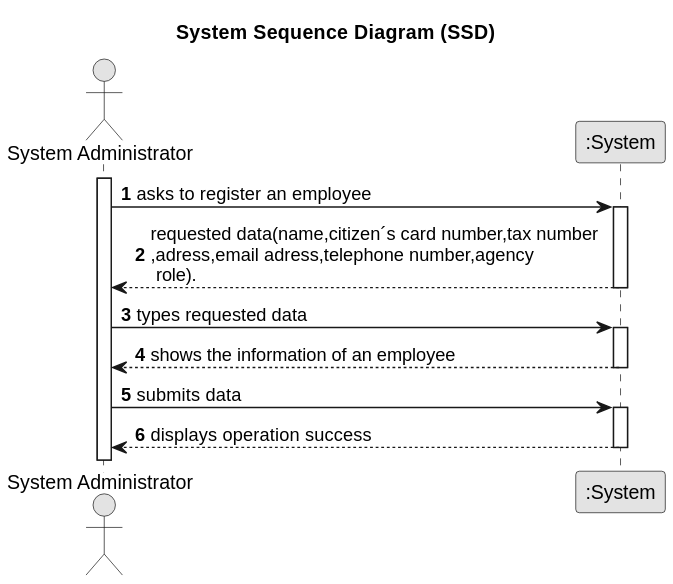
This is docs/sprintA/US03/01.requirements-engineering/svg/us03-system-sequence-diagram.svg from PureNimble/ISEP-LAPR2, a PlantUML export, as it was before one commit.
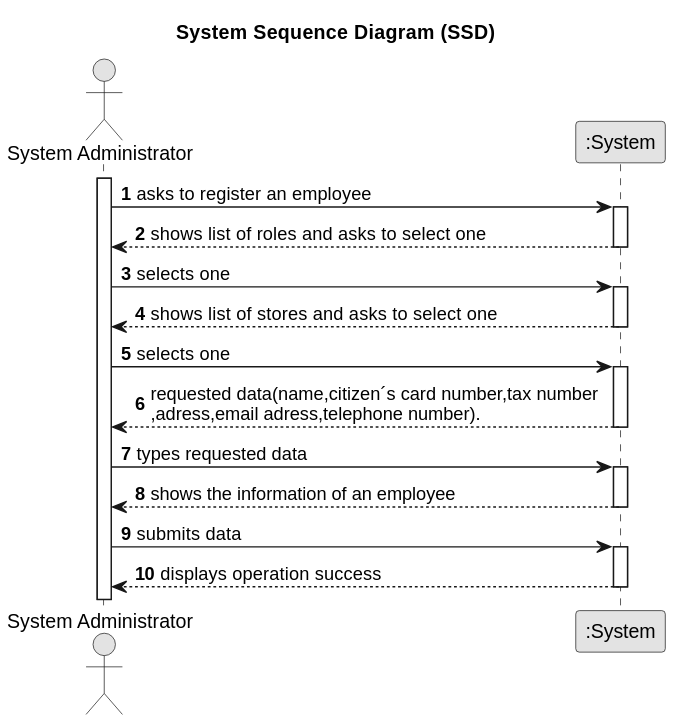
The same file after the commit.

Commit message:
US03-Updating SSD accordingly the feedback

Diff of the diagram source:
```diff
@@ -15,7 +15,19 @@
     Admin -> System : asks to register an employee
     activate System
 
-   System --> Admin :  requested data(name,citizen´s card number,tax number \n,adress,email adress,telephone number,agency\n role).
+    System --> Admin : shows list of roles and asks to select one
+    deactivate System
+
+        Admin -> System : selects one
+        activate System
+
+         System --> Admin : shows list of stores and asks to select one
+            deactivate System
+
+                Admin -> System : selects one
+                activate System
+
+   System --> Admin :  requested data(name,citizen´s card number,tax number \n,adress,email adress,telephone number).
      deactivate System
 
     Admin -> System : types requested data
```
